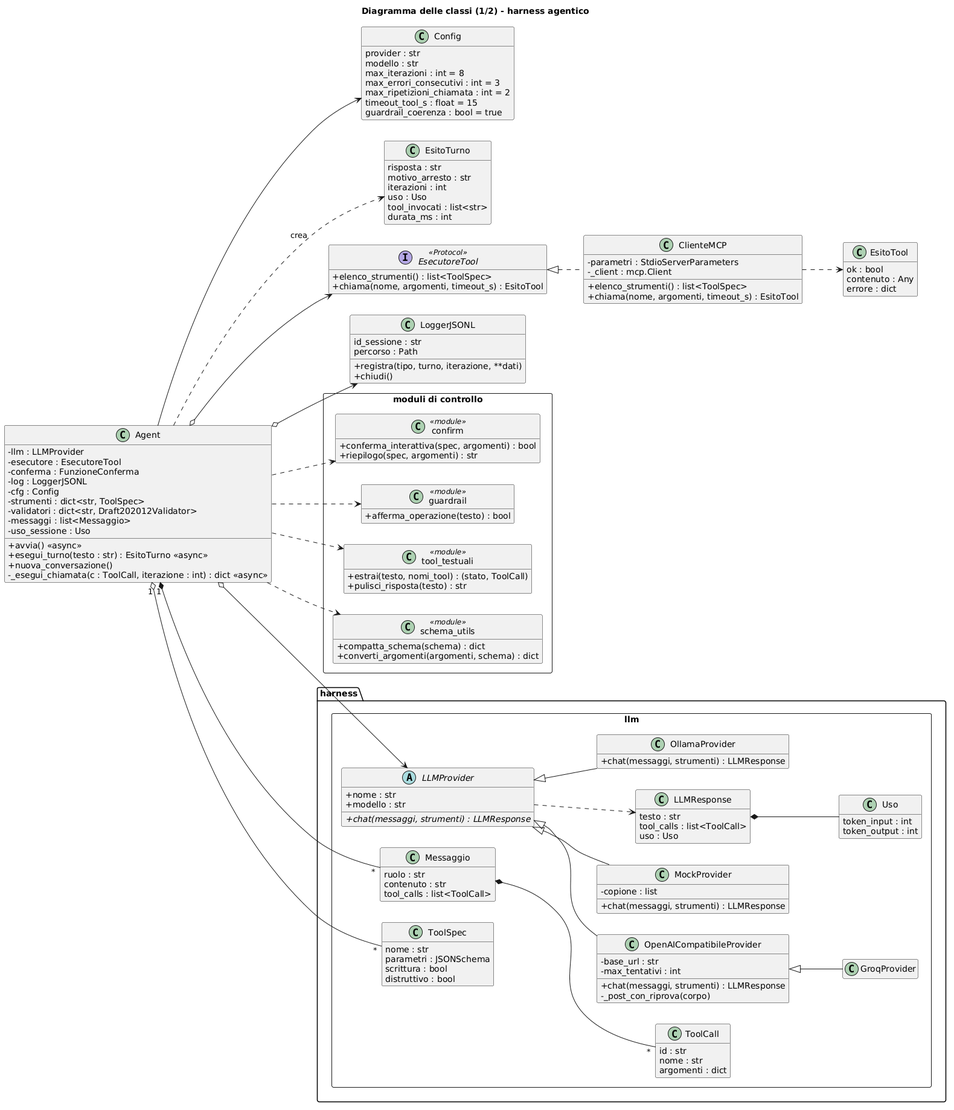
Before: docs/diagrammi/classi.png, a diagram exported from PlantUML (Gabrymarg/Gabrymarg-AI-MCP). The source it was exported from:
```plantuml
@startuml
title Diagramma delle classi (1/2) - harness agentico
skinparam shadowing false
skinparam classAttributeIconSize 0
hide empty members
left to right direction

class Agent {
  - llm : LLMProvider
  - esecutore : EsecutoreTool
  - conferma : FunzioneConferma
  - log : LoggerJSONL
  - cfg : Config
  - strumenti : dict<str, ToolSpec>
  - validatori : dict<str, Draft202012Validator>
  - messaggi : list<Messaggio>
  - uso_sessione : Uso
  + avvia() <<async>>
  + esegui_turno(testo : str) : EsitoTurno <<async>>
  + nuova_conversazione()
  - _esegui_chiamata(c : ToolCall, iterazione : int) : dict <<async>>
}

class Config {
  provider : str
  modello : str
  max_iterazioni : int = 8
  max_errori_consecutivi : int = 3
  max_ripetizioni_chiamata : int = 2
  timeout_tool_s : float = 15
  guardrail_coerenza : bool = true
}

class EsitoTurno {
  risposta : str
  motivo_arresto : str
  iterazioni : int
  uso : Uso
  tool_invocati : list<str>
  durata_ms : int
}

interface EsecutoreTool <<Protocol>> {
  + elenco_strumenti() : list<ToolSpec>
  + chiama(nome, argomenti, timeout_s) : EsitoTool
}

class ClienteMCP {
  - parametri : StdioServerParameters
  - _client : mcp.Client
  + elenco_strumenti() : list<ToolSpec>
  + chiama(nome, argomenti, timeout_s) : EsitoTool
}

class EsitoTool {
  ok : bool
  contenuto : Any
  errore : dict
}

class LoggerJSONL {
  id_sessione : str
  percorso : Path
  + registra(tipo, turno, iterazione, **dati)
  + chiudi()
}

package "moduli di controllo" <<Rectangle>> {
  class confirm <<module>> {
    + conferma_interattiva(spec, argomenti) : bool
    + riepilogo(spec, argomenti) : str
  }
  class guardrail <<module>> {
    + afferma_operazione(testo) : bool
  }
  class tool_testuali <<module>> {
    + estrai(testo, nomi_tool) : (stato, ToolCall)
    + pulisci_risposta(testo) : str
  }
  class schema_utils <<module>> {
    + compatta_schema(schema) : dict
    + converti_argomenti(argomenti, schema) : dict
  }
}

package "harness.llm" <<Rectangle>> {
  abstract class LLMProvider {
    + nome : str
    + modello : str
    + {abstract} chat(messaggi, strumenti) : LLMResponse
  }
  class OllamaProvider {
    + chat(messaggi, strumenti) : LLMResponse
  }
  class OpenAICompatibileProvider {
    - base_url : str
    - max_tentativi : int
    + chat(messaggi, strumenti) : LLMResponse
    - _post_con_riprova(corpo)
  }
  class GroqProvider
  class MockProvider {
    - copione : list
    + chat(messaggi, strumenti) : LLMResponse
  }
  class Messaggio {
    ruolo : str
    contenuto : str
    tool_calls : list<ToolCall>
  }
  class ToolCall {
    id : str
    nome : str
    argomenti : dict
  }
  class ToolSpec {
    nome : str
    parametri : JSONSchema
    scrittura : bool
    distruttivo : bool
  }
  class LLMResponse {
    testo : str
    tool_calls : list<ToolCall>
    uso : Uso
  }
  class Uso {
    token_input : int
    token_output : int
  }
}

LLMProvider <|-- OllamaProvider
LLMProvider <|-- OpenAICompatibileProvider
OpenAICompatibileProvider <|-- GroqProvider
LLMProvider <|-- MockProvider
EsecutoreTool <|.. ClienteMCP

Agent o--> LLMProvider
Agent o--> EsecutoreTool
Agent o--> LoggerJSONL
Agent --> Config
Agent ..> EsitoTurno : crea
Agent ..> confirm
Agent ..> guardrail
Agent ..> tool_testuali
Agent ..> schema_utils
Agent "1" *-- "*" Messaggio
Agent "1" o-- "*" ToolSpec
Messaggio *-- "*" ToolCall
LLMResponse *-- Uso
LLMProvider ..> LLMResponse
ClienteMCP ..> EsitoTool
@enduml
```
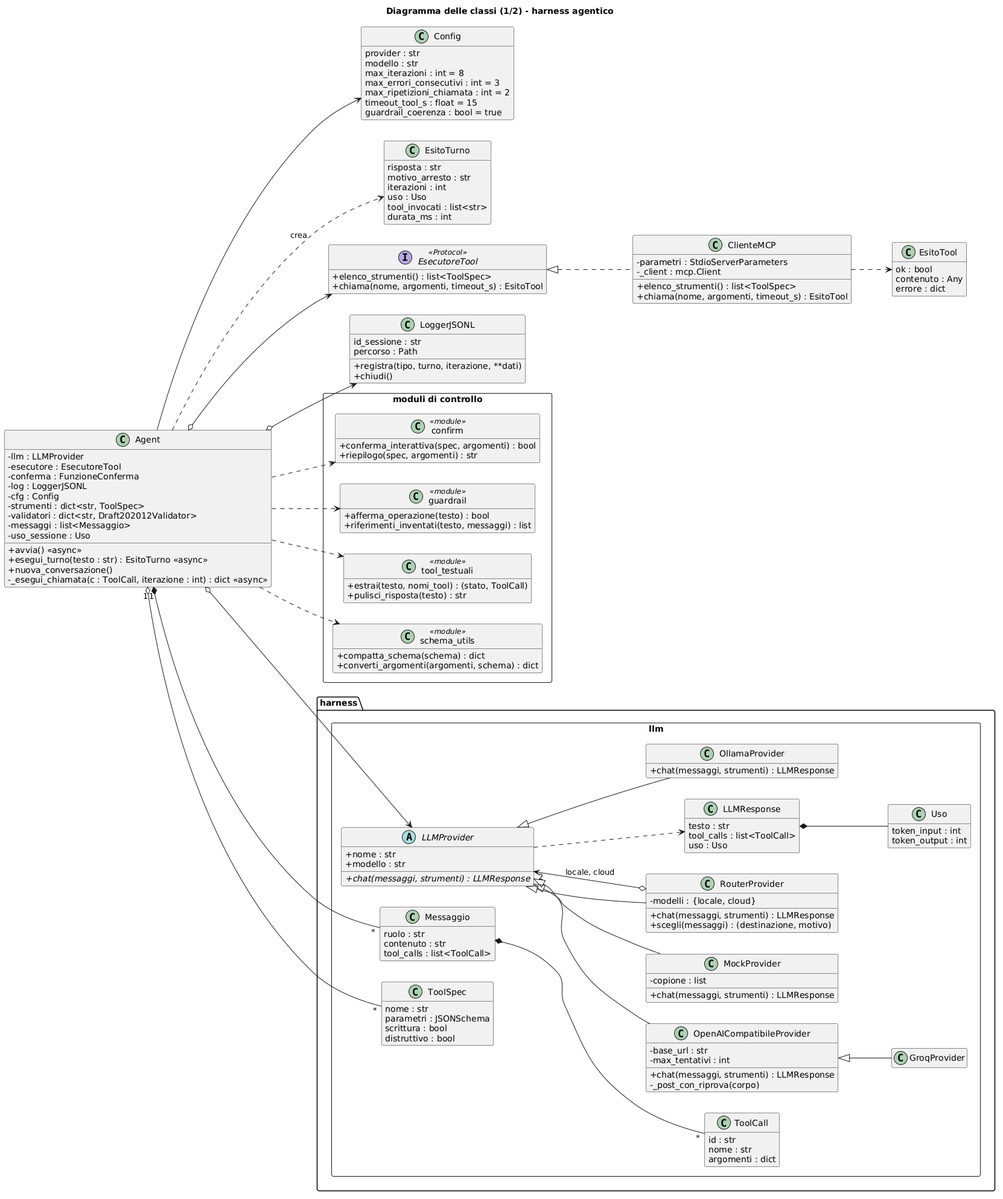
After the commit.

What changed in the source:
```diff
@@ -72,6 +72,7 @@
   }
   class guardrail <<module>> {
     + afferma_operazione(testo) : bool
+    + riferimenti_inventati(testo, messaggi) : list
   }
   class tool_testuali <<module>> {
     + estrai(testo, nomi_tool) : (stato, ToolCall)
@@ -99,6 +100,11 @@
     - _post_con_riprova(corpo)
   }
   class GroqProvider
+  class RouterProvider {
+    - modelli : {locale, cloud}
+    + chat(messaggi, strumenti) : LLMResponse
+    + scegli(messaggi) : (destinazione, motivo)
+  }
   class MockProvider {
     - copione : list
     + chat(messaggi, strumenti) : LLMResponse
@@ -134,6 +140,8 @@
 LLMProvider <|-- OpenAICompatibileProvider
 OpenAICompatibileProvider <|-- GroqProvider
 LLMProvider <|-- MockProvider
+LLMProvider <|-- RouterProvider
+RouterProvider o--> "2" LLMProvider : locale, cloud
 EsecutoreTool <|.. ClienteMCP
 
 Agent o--> LLMProvider
```
